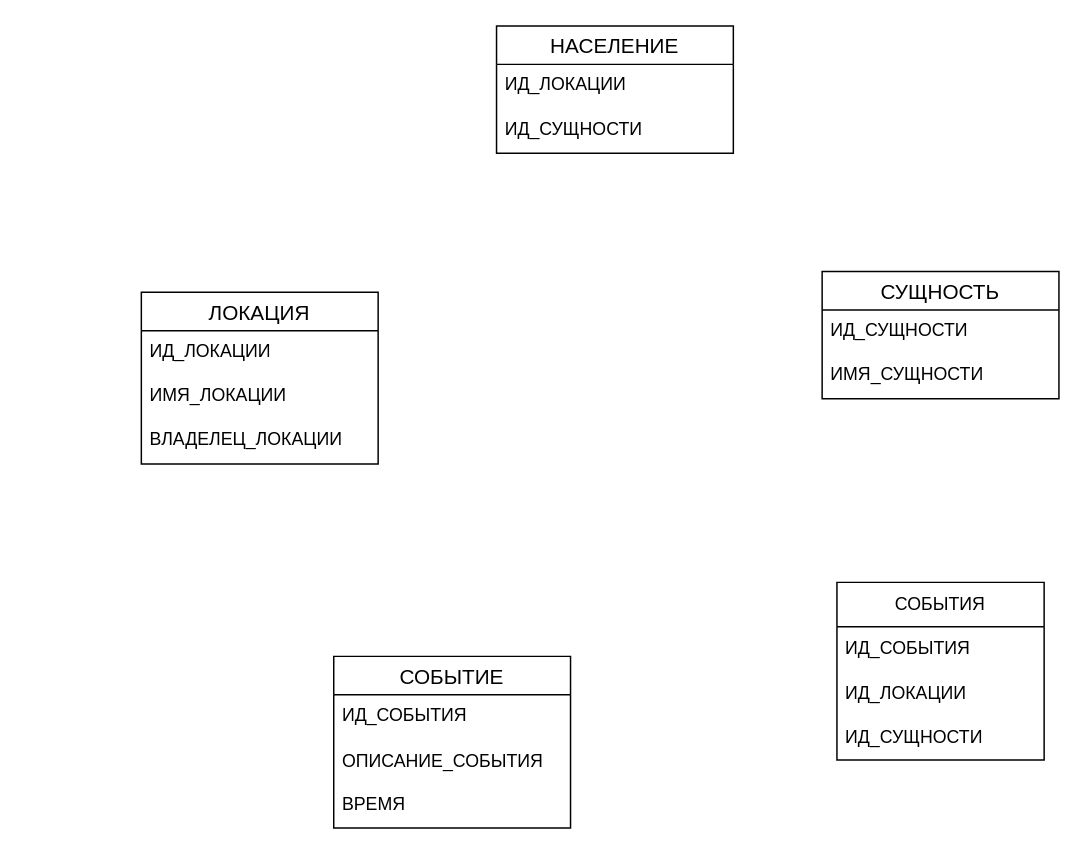
Above: bd1.drawio in Zerumi/bd1_180223_367837 (draw.io), before the change. Source tidied: cells renumbered, new cells numbered last; positions are measured from the earlier drawing's top-left corner, leaving out a move shared by most shapes. Both pictures are drawn from the tidied source at 148%, with x=0, y=0 at pixel (141, 25).
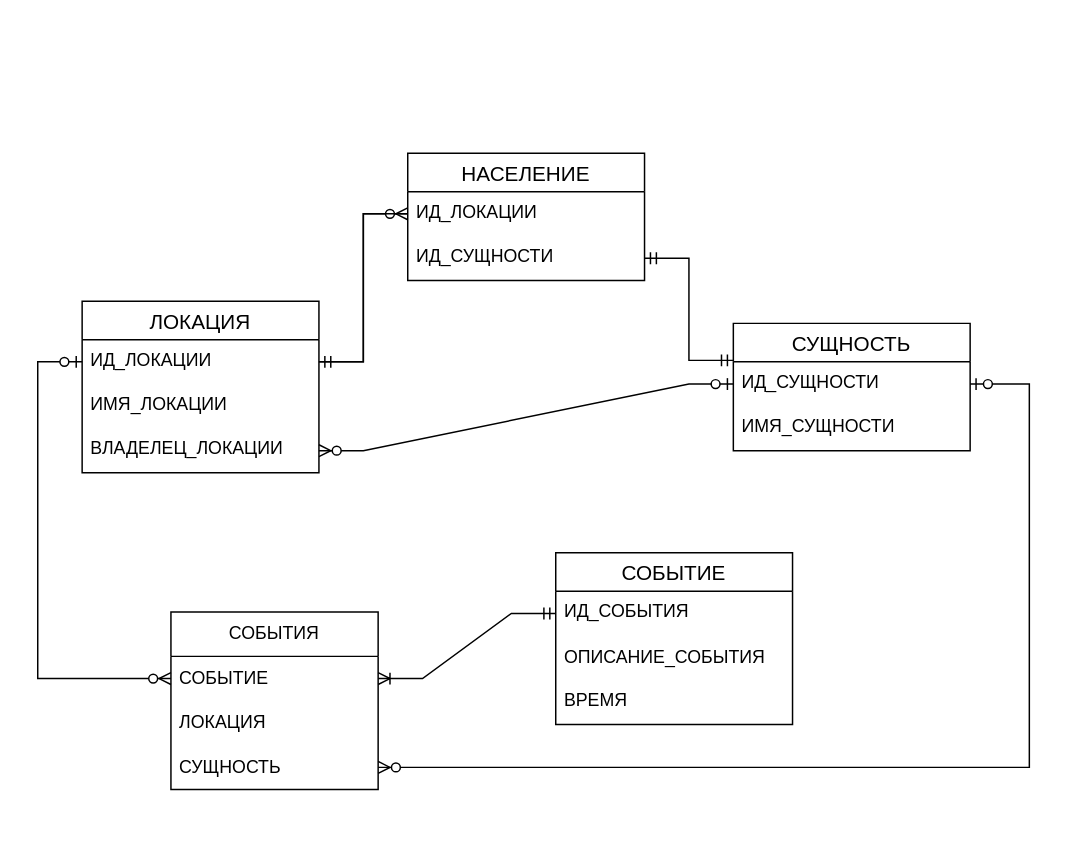
The same diagram, later.

Commit message:
datalogical model

Unchanged cells that the change refers to:
```xml
<mxCell id="3" value="ИД_ЛОКАЦИИ" style="text;strokeColor=none;fillColor=none;spacingLeft=4;spacingRight=4;overflow=hidden;points=[[0,0.5],[1,0.5]];portConstraint=eastwest;fontSize=12;" parent="2" vertex="1">
  <mxGeometry y="26" width="160" height="30" as="geometry" />
</mxCell>
<mxCell id="5" value="ВЛАДЕЛЕЦ_ЛОКАЦИИ" style="text;strokeColor=none;fillColor=none;spacingLeft=4;spacingRight=4;overflow=hidden;points=[[0,0.5],[1,0.5]];portConstraint=eastwest;fontSize=12;" parent="2" vertex="1">
  <mxGeometry y="86" width="160" height="30" as="geometry" />
</mxCell>
<mxCell id="7" value="ИД_СУЩНОСТИ" style="text;strokeColor=none;fillColor=none;spacingLeft=4;spacingRight=4;overflow=hidden;points=[[0,0.5],[1,0.5]];portConstraint=eastwest;fontSize=12;" parent="6" vertex="1">
  <mxGeometry y="26" width="160" height="30" as="geometry" />
</mxCell>
<mxCell id="10" value="ИД_ЛОКАЦИИ" style="text;strokeColor=none;fillColor=none;spacingLeft=4;spacingRight=4;overflow=hidden;points=[[0,0.5],[1,0.5]];portConstraint=eastwest;fontSize=12;" parent="9" vertex="1">
  <mxGeometry y="26" width="160" height="30" as="geometry" />
</mxCell>
<mxCell id="11" value="ИД_СУЩНОСТИ" style="text;strokeColor=none;fillColor=none;spacingLeft=4;spacingRight=4;overflow=hidden;points=[[0,0.5],[1,0.5]];portConstraint=eastwest;fontSize=12;" parent="9" vertex="1">
  <mxGeometry y="56" width="160" height="30" as="geometry" />
</mxCell>
<mxCell id="13" value="ИД_СОБЫТИЯ" style="text;strokeColor=none;fillColor=none;spacingLeft=4;spacingRight=4;overflow=hidden;points=[[0,0.5],[1,0.5]];portConstraint=eastwest;fontSize=12;" parent="12" vertex="1">
  <mxGeometry y="26" width="160" height="30" as="geometry" />
</mxCell>
```

Diff of the diagram source:
```diff
@@
     <mxCell id="2" value="ЛОКАЦИЯ" style="swimlane;fontStyle=0;horizontal=1;startSize=26;align=center;fontSize=14;" parent="1" vertex="1">
-      <mxGeometry y="180" width="160" height="116" as="geometry" />
+      <mxGeometry x="-40" y="186" width="160" height="116" as="geometry" />
     </mxCell>
@@
     <mxCell id="6" value="СУЩНОСТЬ" style="swimlane;fontStyle=0;horizontal=1;startSize=26;align=center;fontSize=14;" parent="1" vertex="1">
-      <mxGeometry x="460" y="166" width="160" height="86" as="geometry" />
+      <mxGeometry x="400" y="201" width="160" height="86" as="geometry" />
     </mxCell>
@@
     <mxCell id="9" value="НАСЕЛЕНИЕ" style="swimlane;fontStyle=0;horizontal=1;startSize=26;align=center;fontSize=14;" parent="1" vertex="1">
-      <mxGeometry x="240" width="160" height="86" as="geometry" />
+      <mxGeometry x="180" y="86" width="160" height="86" as="geometry" />
     </mxCell>
@@
     <mxCell id="12" value="СОБЫТИЕ" style="swimlane;fontStyle=0;horizontal=1;startSize=26;align=center;fontSize=14;" parent="1" vertex="1">
-      <mxGeometry x="130" y="426" width="160" height="116" as="geometry" />
+      <mxGeometry x="280" y="356" width="160" height="116" as="geometry" />
     </mxCell>
@@
     <mxCell id="16" value="СОБЫТИЯ" style="swimlane;fontStyle=0;horizontal=1;startSize=30;whiteSpace=wrap;html=1;fillColor=none;gradientColor=none;" parent="1" vertex="1">
-      <mxGeometry x="470" y="376" width="140" height="120" as="geometry" />
+      <mxGeometry x="20" y="396" width="140" height="120" as="geometry" />
     </mxCell>
-    <mxCell id="17" value="ИД_СОБЫТИЯ" style="text;strokeColor=none;fillColor=none;align=left;verticalAlign=middle;spacingLeft=4;spacingRight=4;overflow=hidden;points=[[0,0.5],[1,0.5]];portConstraint=eastwest;whiteSpace=wrap;html=1;" parent="16" vertex="1">
+    <mxCell id="17" value="СОБЫТИЕ" style="text;strokeColor=none;fillColor=none;align=left;verticalAlign=middle;spacingLeft=4;spacingRight=4;overflow=hidden;points=[[0,0.5],[1,0.5]];portConstraint=eastwest;whiteSpace=wrap;html=1;" parent="16" vertex="1">
       <mxGeometry y="30" width="140" height="30" as="geometry" />
     </mxCell>
-    <mxCell id="18" value="ИД_ЛОКАЦИИ" style="text;strokeColor=none;fillColor=none;align=left;verticalAlign=middle;spacingLeft=4;spacingRight=4;overflow=hidden;whiteSpace=wrap;html=1;" parent="16" vertex="1">
+    <mxCell id="18" value="ЛОКАЦИЯ" style="text;strokeColor=none;fillColor=none;align=left;verticalAlign=middle;spacingLeft=4;spacingRight=4;overflow=hidden;whiteSpace=wrap;html=1;" parent="16" vertex="1">
       <mxGeometry y="60" width="140" height="30" as="geometry" />
     </mxCell>
-    <mxCell id="19" value="ИД_СУЩНОСТИ" style="text;strokeColor=none;fillColor=none;align=left;verticalAlign=middle;spacingLeft=4;spacingRight=4;overflow=hidden;points=[[0,0.5],[1,0.5]];portConstraint=eastwest;whiteSpace=wrap;html=1;" parent="16" vertex="1">
+    <mxCell id="19" value="СУЩНОСТЬ" style="text;strokeColor=none;fillColor=none;align=left;verticalAlign=middle;spacingLeft=4;spacingRight=4;overflow=hidden;points=[[0,0.5],[1,0.5]];portConstraint=eastwest;whiteSpace=wrap;html=1;" parent="16" vertex="1">
       <mxGeometry y="90" width="140" height="30" as="geometry" />
     </mxCell>
+    <mxCell id="20" style="edgeStyle=entityRelationEdgeStyle;fontSize=12;html=1;endArrow=ERzeroToMany;endFill=1;rounded=0;" parent="1" edge="1" source="3" target="10">
+      <mxGeometry relative="1" as="geometry" />
+    </mxCell>
+    <mxCell id="21" style="edgeStyle=entityRelationEdgeStyle;fontSize=12;html=1;endArrow=ERmandOne;rounded=0;" parent="1" edge="1" source="10" target="3">
+      <mxGeometry relative="1" as="geometry" />
+    </mxCell>
+    <mxCell id="22" style="edgeStyle=entityRelationEdgeStyle;fontSize=12;html=1;endArrow=ERmandOne;startArrow=ERmandOne;rounded=0;" parent="1" edge="1" source="11">
+      <mxGeometry relative="1" as="geometry">
+        <mxPoint x="400" y="226" as="targetPoint" />
+      </mxGeometry>
+    </mxCell>
+    <mxCell id="23" style="edgeStyle=entityRelationEdgeStyle;fontSize=12;html=1;endArrow=ERoneToMany;startArrow=ERmandOne;rounded=0;" parent="1" edge="1" source="13" target="17">
+      <mxGeometry relative="1" as="geometry" />
+    </mxCell>
+    <mxCell id="24" style="edgeStyle=entityRelationEdgeStyle;fontSize=12;html=1;endArrow=ERzeroToMany;startArrow=ERzeroToOne;rounded=0;" parent="1" edge="1" source="7" target="5">
+      <mxGeometry relative="1" as="geometry" />
+    </mxCell>
+    <mxCell id="25" style="edgeStyle=orthogonalEdgeStyle;fontSize=12;html=1;endArrow=ERzeroToMany;startArrow=ERzeroToOne;rounded=0;exitX=1;exitY=0.5;exitDx=0;exitDy=0;" parent="1" edge="1" source="7" target="19">
+      <mxGeometry relative="1" as="geometry">
+        <Array as="points">
+          <mxPoint x="600" y="242" />
+          <mxPoint x="600" y="501" />
+        </Array>
+      </mxGeometry>
+    </mxCell>
+    <mxCell id="26" style="edgeStyle=orthogonalEdgeStyle;fontSize=12;html=1;endArrow=ERzeroToMany;startArrow=ERzeroToOne;rounded=0;exitX=0;exitY=0.5;exitDx=0;exitDy=0;" parent="1" edge="1" source="3" target="17">
+      <mxGeometry relative="1" as="geometry">
+        <Array as="points">
+          <mxPoint x="-70" y="227" />
+          <mxPoint x="-70" y="441" />
+        </Array>
+      </mxGeometry>
+    </mxCell>
```
